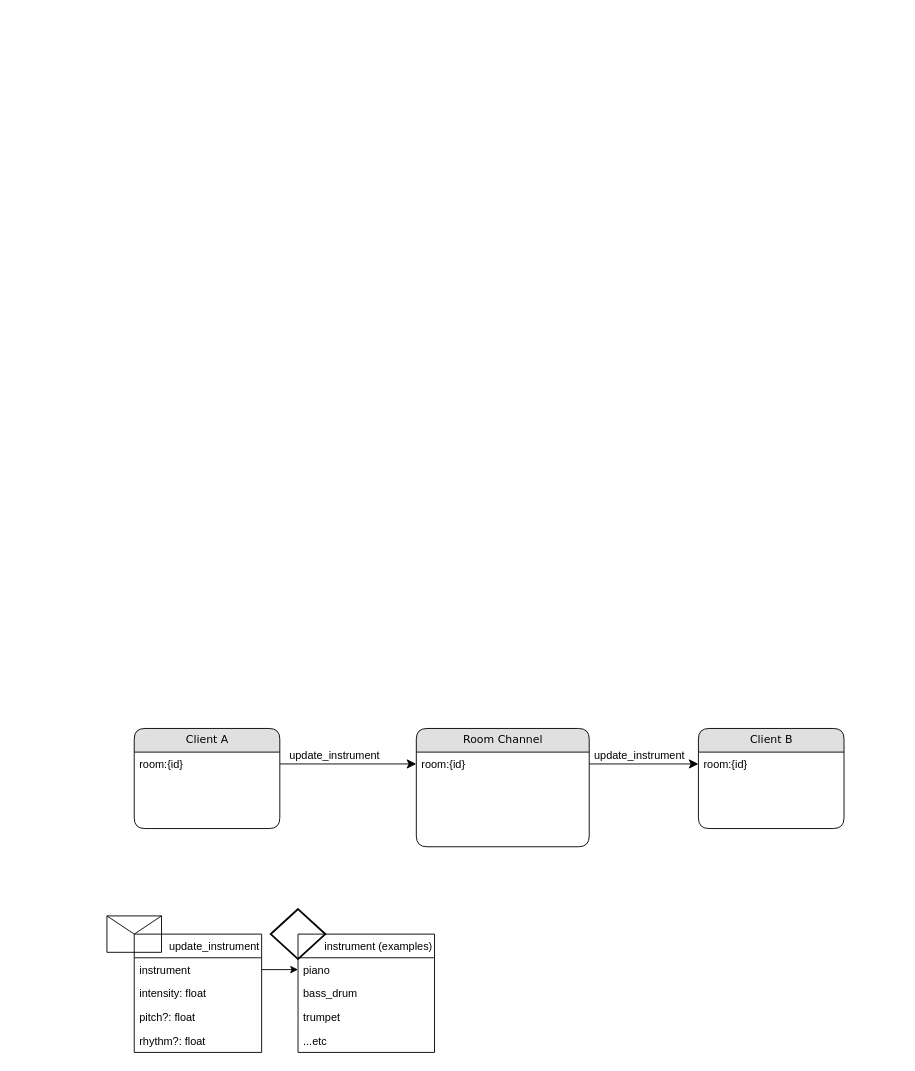
The draw.io diagram architecture.drawio in patreeceeo/music_jam_server, before the edit. Source tidied: cells renumbered, new cells numbered last; positions are measured from the earlier drawing's top-left corner, leaving out a move shared by most shapes. Both pictures are drawn from the tidied source at 91%, with x=0, y=0 at pixel (106, 728).
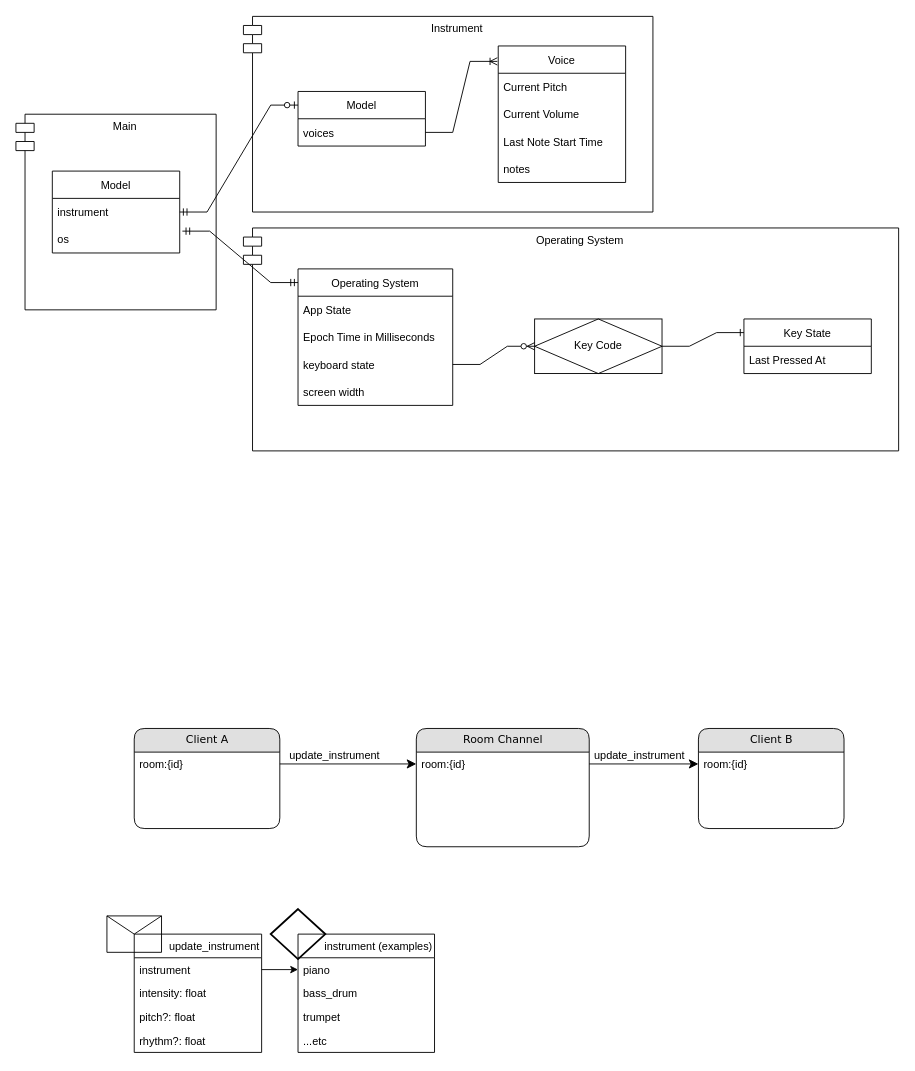
The same page after the edit.

What changed in the source:
```diff
@@
+    <mxCell id="25" value="Operating System" style="shape=module;align=left;spacingLeft=20;align=center;verticalAlign=top;" parent="1" vertex="1">
+      <mxGeometry x="150" y="-550" width="720" height="245" as="geometry" />
+    </mxCell>
+    <mxCell id="26" value="Instrument" style="shape=module;align=left;spacingLeft=20;align=center;verticalAlign=top;" parent="1" vertex="1">
+      <mxGeometry x="150" y="-782.5" width="450" height="215" as="geometry" />
+    </mxCell>
+    <mxCell id="27" value="Main&#10;" style="shape=module;align=left;spacingLeft=20;align=center;verticalAlign=top;" parent="1" vertex="1">
+      <mxGeometry x="-100" y="-675" width="220" height="215" as="geometry" />
+    </mxCell>
@@
+    <mxCell id="28" value="Model" style="swimlane;fontStyle=0;horizontal=1;startSize=30;" parent="1" vertex="1">
+      <mxGeometry x="-60" y="-612.5" width="140" height="90" as="geometry" />
+    </mxCell>
+    <mxCell id="29" value="instrument" style="text;strokeColor=none;fillColor=none;align=left;verticalAlign=middle;spacingLeft=4;spacingRight=4;overflow=hidden;points=[[0,0.5],[1,0.5]];portConstraint=eastwest;" parent="28" vertex="1">
+      <mxGeometry y="30" width="140" height="30" as="geometry" />
+    </mxCell>
+    <mxCell id="30" value="os" style="text;strokeColor=none;fillColor=none;align=left;verticalAlign=middle;spacingLeft=4;spacingRight=4;overflow=hidden;points=[[0,0.5],[1,0.5]];portConstraint=eastwest;" parent="28" vertex="1">
+      <mxGeometry y="60" width="140" height="30" as="geometry" />
+    </mxCell>
+    <mxCell id="31" value="Voice" style="swimlane;fontStyle=0;horizontal=1;startSize=30;" parent="1" vertex="1">
+      <mxGeometry x="430" y="-750" width="140" height="150" as="geometry" />
+    </mxCell>
+    <mxCell id="32" value="Current Pitch" style="text;strokeColor=none;fillColor=none;align=left;verticalAlign=middle;spacingLeft=4;spacingRight=4;overflow=hidden;" parent="31" vertex="1">
+      <mxGeometry y="30" width="140" height="30" as="geometry" />
+    </mxCell>
+    <mxCell id="33" value="Current Volume" style="text;strokeColor=none;fillColor=none;align=left;verticalAlign=middle;spacingLeft=4;spacingRight=4;overflow=hidden;" parent="31" vertex="1">
+      <mxGeometry y="60" width="140" height="30" as="geometry" />
+    </mxCell>
+    <mxCell id="34" value="Last Note Start Time" style="text;strokeColor=none;fillColor=none;align=left;verticalAlign=middle;spacingLeft=4;spacingRight=4;overflow=hidden;" parent="31" vertex="1">
+      <mxGeometry y="90" width="140" height="30" as="geometry" />
+    </mxCell>
+    <mxCell id="35" value="notes" style="text;strokeColor=none;fillColor=none;align=left;verticalAlign=middle;spacingLeft=4;spacingRight=4;overflow=hidden;" parent="31" vertex="1">
+      <mxGeometry y="120" width="140" height="30" as="geometry" />
+    </mxCell>
+    <mxCell id="36" value="Operating System" style="swimlane;fontStyle=0;horizontal=1;startSize=30;" parent="1" vertex="1">
+      <mxGeometry x="210" y="-505" width="170" height="150" as="geometry" />
+    </mxCell>
+    <mxCell id="37" value="App State" style="text;strokeColor=none;fillColor=none;align=left;verticalAlign=middle;spacingLeft=4;spacingRight=4;overflow=hidden;" parent="36" vertex="1">
+      <mxGeometry y="30" width="170" height="30" as="geometry" />
+    </mxCell>
+    <mxCell id="38" value="Epoch Time in Milliseconds" style="text;strokeColor=none;fillColor=none;align=left;verticalAlign=middle;spacingLeft=4;spacingRight=4;overflow=hidden;" parent="36" vertex="1">
+      <mxGeometry y="60" width="170" height="30" as="geometry" />
+    </mxCell>
+    <mxCell id="39" value="keyboard state" style="text;strokeColor=none;fillColor=none;align=left;verticalAlign=middle;spacingLeft=4;spacingRight=4;overflow=hidden;points=[[0,0.5],[1,0.5]];portConstraint=eastwest;" parent="36" vertex="1">
+      <mxGeometry y="90" width="170" height="30" as="geometry" />
+    </mxCell>
+    <mxCell id="40" value="screen width" style="text;strokeColor=none;fillColor=none;align=left;verticalAlign=middle;spacingLeft=4;spacingRight=4;overflow=hidden;" parent="36" vertex="1">
+      <mxGeometry y="120" width="170" height="30" as="geometry" />
+    </mxCell>
+    <mxCell id="41" value="Model" style="swimlane;fontStyle=0;horizontal=1;startSize=30;" parent="1" vertex="1">
+      <mxGeometry x="210" y="-700" width="140" height="60" as="geometry" />
+    </mxCell>
+    <mxCell id="42" value="voices" style="text;strokeColor=none;fillColor=none;align=left;verticalAlign=middle;spacingLeft=4;spacingRight=4;overflow=hidden;points=[[0,0.5],[1,0.5]];portConstraint=eastwest;" parent="41" vertex="1">
+      <mxGeometry y="30" width="140" height="30" as="geometry" />
+    </mxCell>
+    <mxCell id="43" style="edgeStyle=entityRelationEdgeStyle;fontSize=12;html=1;endArrow=ERoneToMany;rounded=0;exitX=1;exitY=0.5;exitDx=0;exitDy=0;entryX=-0.007;entryY=0.113;entryDx=0;entryDy=0;entryPerimeter=0;" parent="1" edge="1" source="42" target="31">
+      <mxGeometry relative="1" as="geometry" />
+    </mxCell>
+    <mxCell id="44" value="&lt;div&gt;Key Code&lt;/div&gt;" style="shape=associativeEntity;whiteSpace=wrap;html=1;align=center;" parent="1" vertex="1">
+      <mxGeometry x="470" y="-450" width="140" height="60" as="geometry" />
+    </mxCell>
+    <mxCell id="45" value="Key State" style="swimlane;fontStyle=0;horizontal=1;startSize=30;" parent="1" vertex="1">
+      <mxGeometry x="700" y="-450" width="140" height="60" as="geometry" />
+    </mxCell>
+    <mxCell id="46" value="Last Pressed At" style="text;strokeColor=none;fillColor=none;align=left;verticalAlign=middle;spacingLeft=4;spacingRight=4;overflow=hidden;" parent="45" vertex="1">
+      <mxGeometry y="30" width="140" height="30" as="geometry" />
+    </mxCell>
+    <mxCell id="47" style="edgeStyle=entityRelationEdgeStyle;fontSize=12;html=1;endArrow=ERzeroToMany;endFill=1;rounded=0;exitX=1;exitY=0.5;exitDx=0;exitDy=0;entryX=0;entryY=0.5;entryDx=0;entryDy=0;" parent="1" edge="1" source="39" target="44">
+      <mxGeometry relative="1" as="geometry" />
+    </mxCell>
+    <mxCell id="48" style="edgeStyle=entityRelationEdgeStyle;fontSize=12;html=1;endArrow=ERone;endFill=1;rounded=0;exitX=1;exitY=0.5;exitDx=0;exitDy=0;entryX=0;entryY=0.25;entryDx=0;entryDy=0;" parent="1" edge="1" source="44" target="45">
+      <mxGeometry relative="1" as="geometry" />
+    </mxCell>
+    <mxCell id="49" style="edgeStyle=entityRelationEdgeStyle;fontSize=12;html=1;endArrow=ERzeroToOne;startArrow=ERmandOne;rounded=0;exitX=1;exitY=0.5;exitDx=0;exitDy=0;entryX=0;entryY=0.25;entryDx=0;entryDy=0;" parent="1" edge="1" source="29" target="41">
+      <mxGeometry relative="1" as="geometry" />
+    </mxCell>
+    <mxCell id="50" style="edgeStyle=entityRelationEdgeStyle;fontSize=12;html=1;endArrow=ERmandOne;startArrow=ERmandOne;rounded=0;exitX=1.021;exitY=0.2;exitDx=0;exitDy=0;exitPerimeter=0;entryX=0;entryY=0.1;entryDx=0;entryDy=0;entryPerimeter=0;" parent="1" edge="1" source="30" target="36">
+      <mxGeometry relative="1" as="geometry" />
+    </mxCell>
```
